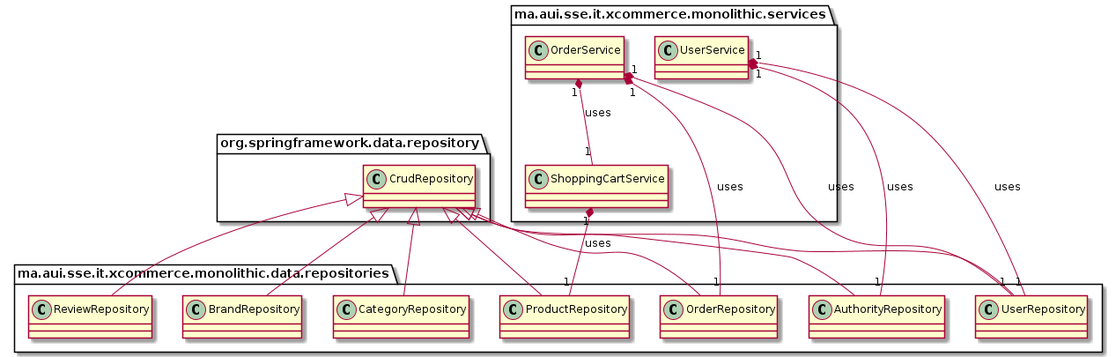
The PlantUML diagram final/design/class-diagrams/RepositoriesServicesClassDiagram.png in oiraqi/xcommerce-monolithic, before a commit. Source of this version:
```plantuml
@startuml RepositoriesServicesClassDiagram
org.springframework.data.repository.CrudRepository <|-- ma.aui.sse.it.xcommerce.monolithic.data.repositories.ProductRepository
org.springframework.data.repository.CrudRepository <|-- ma.aui.sse.it.xcommerce.monolithic.data.repositories.BrandRepository
org.springframework.data.repository.CrudRepository <|-- ma.aui.sse.it.xcommerce.monolithic.data.repositories.CategoryRepository
org.springframework.data.repository.CrudRepository <|-- ma.aui.sse.it.xcommerce.monolithic.data.repositories.UserRepository
org.springframework.data.repository.CrudRepository <|-- ma.aui.sse.it.xcommerce.monolithic.data.repositories.AuthorityRepository
org.springframework.data.repository.CrudRepository <|-- ma.aui.sse.it.xcommerce.monolithic.data.repositories.OrderRepository
org.springframework.data.repository.CrudRepository <|-- ma.aui.sse.it.xcommerce.monolithic.data.repositories.ReviewRepository
ma.aui.sse.it.xcommerce.monolithic.services.ShoppingCartService "1" *-- "1" ma.aui.sse.it.xcommerce.monolithic.data.repositories.ProductRepository : uses
ma.aui.sse.it.xcommerce.monolithic.services.OrderService "1" *-- "1" ma.aui.sse.it.xcommerce.monolithic.services.ShoppingCartService : uses
ma.aui.sse.it.xcommerce.monolithic.services.OrderService "1" *-- "1" ma.aui.sse.it.xcommerce.monolithic.data.repositories.UserRepository : uses
ma.aui.sse.it.xcommerce.monolithic.services.OrderService "1" *-- "1" ma.aui.sse.it.xcommerce.monolithic.data.repositories.OrderRepository : uses
ma.aui.sse.it.xcommerce.monolithic.services.UserService "1" *-- "1" ma.aui.sse.it.xcommerce.monolithic.data.repositories.UserRepository : uses
ma.aui.sse.it.xcommerce.monolithic.services.UserService "1" *-- "1" ma.aui.sse.it.xcommerce.monolithic.data.repositories.AuthorityRepository : uses
@enduml
```
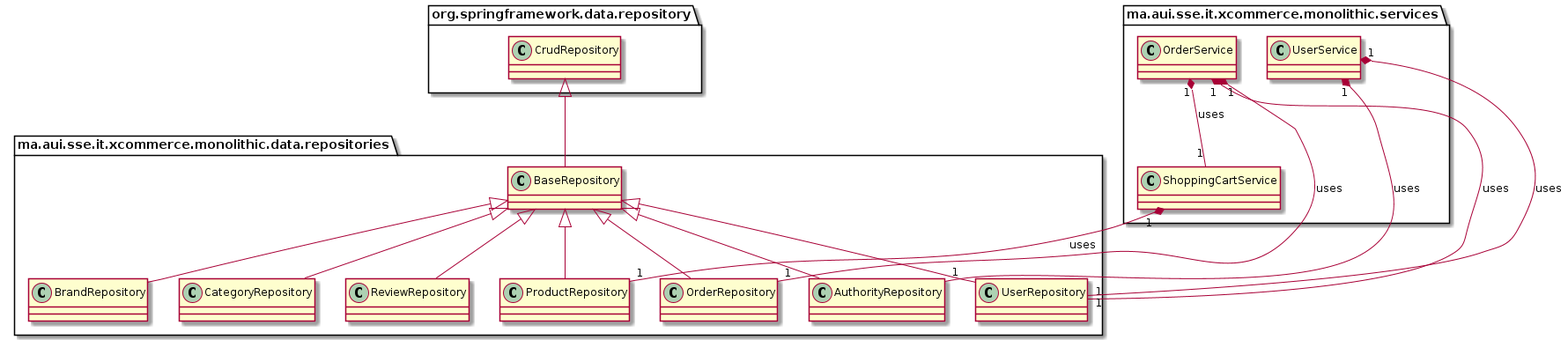
Later version of the same file.

What changed in the source:
```diff
@@ -1,11 +1,12 @@
 @startuml RepositoriesServicesClassDiagram
-org.springframework.data.repository.CrudRepository <|-- ma.aui.sse.it.xcommerce.monolithic.data.repositories.ProductRepository
-org.springframework.data.repository.CrudRepository <|-- ma.aui.sse.it.xcommerce.monolithic.data.repositories.BrandRepository
-org.springframework.data.repository.CrudRepository <|-- ma.aui.sse.it.xcommerce.monolithic.data.repositories.CategoryRepository
-org.springframework.data.repository.CrudRepository <|-- ma.aui.sse.it.xcommerce.monolithic.data.repositories.UserRepository
-org.springframework.data.repository.CrudRepository <|-- ma.aui.sse.it.xcommerce.monolithic.data.repositories.AuthorityRepository
-org.springframework.data.repository.CrudRepository <|-- ma.aui.sse.it.xcommerce.monolithic.data.repositories.OrderRepository
-org.springframework.data.repository.CrudRepository <|-- ma.aui.sse.it.xcommerce.monolithic.data.repositories.ReviewRepository
+org.springframework.data.repository.CrudRepository <|-- ma.aui.sse.it.xcommerce.monolithic.data.repositories.BaseRepository
+ma.aui.sse.it.xcommerce.monolithic.data.repositories.BaseRepository <|-- ma.aui.sse.it.xcommerce.monolithic.data.repositories.ProductRepository
+ma.aui.sse.it.xcommerce.monolithic.data.repositories.BaseRepository <|-- ma.aui.sse.it.xcommerce.monolithic.data.repositories.BrandRepository
+ma.aui.sse.it.xcommerce.monolithic.data.repositories.BaseRepository <|-- ma.aui.sse.it.xcommerce.monolithic.data.repositories.CategoryRepository
+ma.aui.sse.it.xcommerce.monolithic.data.repositories.BaseRepository <|-- ma.aui.sse.it.xcommerce.monolithic.data.repositories.UserRepository
+ma.aui.sse.it.xcommerce.monolithic.data.repositories.BaseRepository <|-- ma.aui.sse.it.xcommerce.monolithic.data.repositories.AuthorityRepository
+ma.aui.sse.it.xcommerce.monolithic.data.repositories.BaseRepository <|-- ma.aui.sse.it.xcommerce.monolithic.data.repositories.OrderRepository
+ma.aui.sse.it.xcommerce.monolithic.data.repositories.BaseRepository <|-- ma.aui.sse.it.xcommerce.monolithic.data.repositories.ReviewRepository
 ma.aui.sse.it.xcommerce.monolithic.services.ShoppingCartService "1" *-- "1" ma.aui.sse.it.xcommerce.monolithic.data.repositories.ProductRepository : uses
 ma.aui.sse.it.xcommerce.monolithic.services.OrderService "1" *-- "1" ma.aui.sse.it.xcommerce.monolithic.services.ShoppingCartService : uses
 ma.aui.sse.it.xcommerce.monolithic.services.OrderService "1" *-- "1" ma.aui.sse.it.xcommerce.monolithic.data.repositories.UserRepository : uses
```
